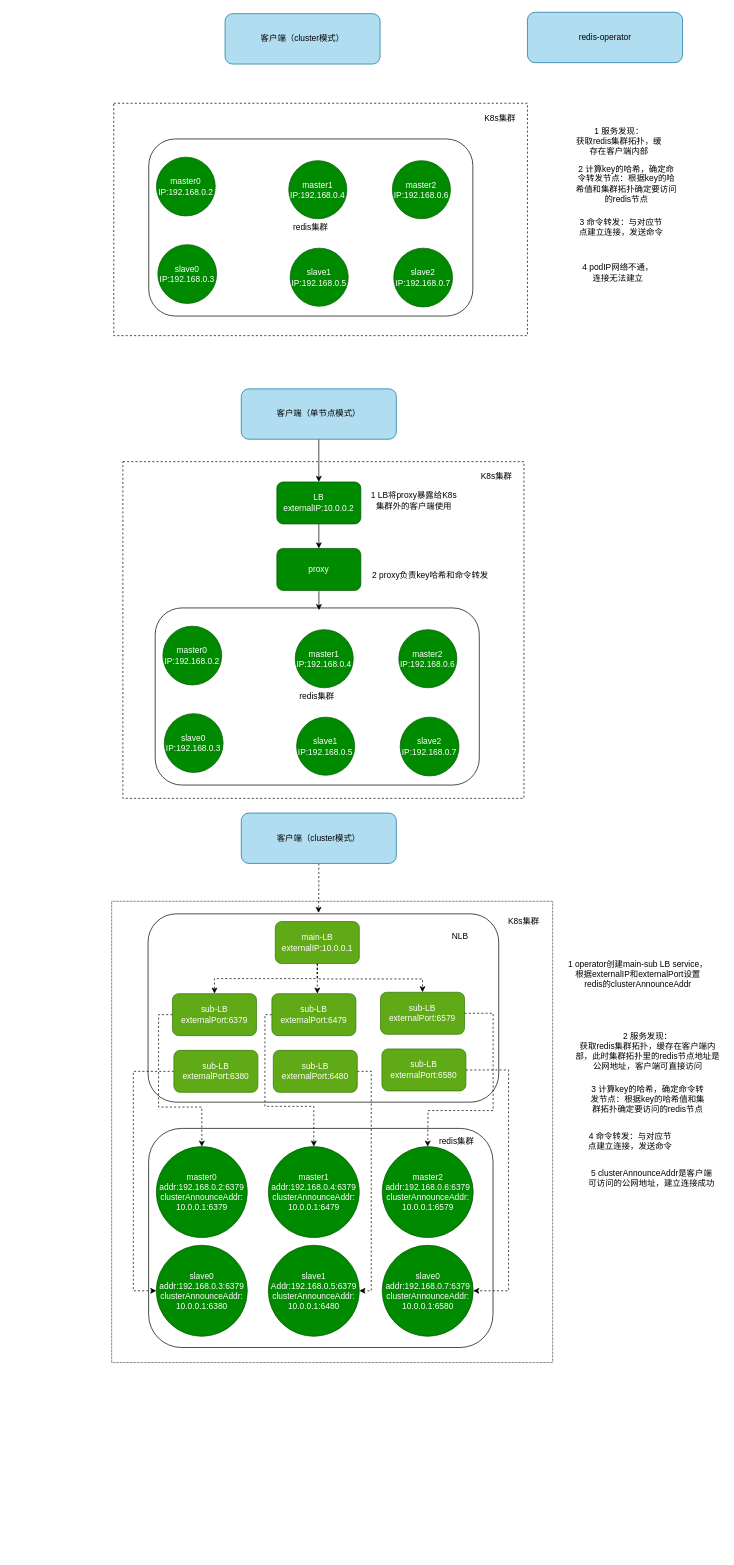
Earlier version of the draw.io diagram diagrams/redis代理和LB优化.drawio (fengyinqiao/cloudimg). Source tidied: cells renumbered, new cells numbered last; positions are measured from the earlier drawing's top-left corner, leaving out a move shared by most shapes. Both pictures are drawn from the tidied source at 70%, with x=0, y=0 at pixel (111, 12).
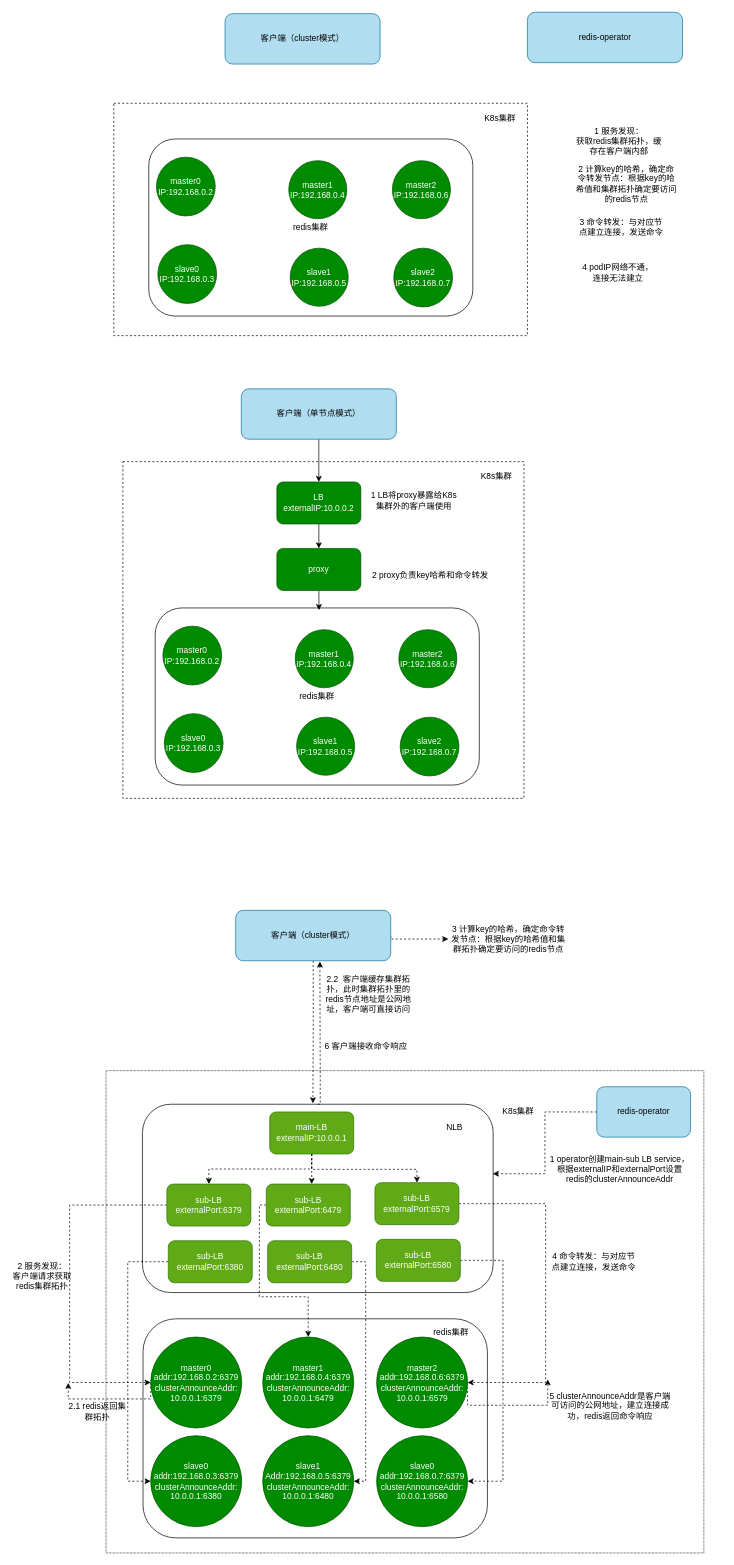
The same diagram, later.

Commit message (it also covers changes not shown here):
更新redis代理和LB优化.drawio

The edit, as a diff of the source:
```diff
@@
     <mxCell id="2" style="rounded=0;whiteSpace=wrap;html=1;fillColor=none;dashed=1;dashPattern=1 1;" parent="1" vertex="1">
-      <mxGeometry y="1270" width="630" height="659" as="geometry" />
+      <mxGeometry x="-8" y="1512" width="854" height="689" as="geometry" />
     </mxCell>
@@
+    <mxCell id="69" style="edgeStyle=orthogonalEdgeStyle;rounded=0;jettySize=auto;html=1;exitX=1;exitY=0.5;exitDx=0;exitDy=0;entryX=0;entryY=0.5;entryDx=0;entryDy=0;dashed=1;" parent="1" edge="1" source="36" target="47">
+      <mxGeometry relative="1" as="geometry">
+        <Array as="points">
+          <mxPoint x="399" y="1324" />
+        </Array>
+      </mxGeometry>
+    </mxCell>
     <mxCell id="36" value="客户端（cluster模式）" style="rounded=1;whiteSpace=wrap;html=1;fillColor=#b1ddf0;strokeColor=#10739e;" parent="1" vertex="1">
-      <mxGeometry x="185.2" y="1144" width="221.5" height="72" as="geometry" />
+      <mxGeometry x="177.2" y="1283" width="221.5" height="72" as="geometry" />
     </mxCell>
     <mxCell id="37" style="rounded=1;whiteSpace=wrap;html=1;" parent="1" vertex="1">
-      <mxGeometry x="52.8" y="1594.5" width="492" height="313" as="geometry" />
+      <mxGeometry x="44.8" y="1866.5" width="492" height="313" as="geometry" />
     </mxCell>
+    <mxCell id="70" style="edgeStyle=orthogonalEdgeStyle;rounded=0;jettySize=auto;html=1;exitX=0;exitY=0.5;exitDx=0;exitDy=0;dashed=1;" parent="1" edge="1" source="38">
+      <mxGeometry relative="1" as="geometry">
+        <mxPoint x="-62" y="1958" as="targetPoint" />
+        <Array as="points">
+          <mxPoint x="56" y="1981" />
+          <mxPoint x="-62" y="1981" />
+        </Array>
+      </mxGeometry>
+    </mxCell>
     <mxCell id="38" value="master0&lt;br&gt;addr:192.168.0.2:6379&lt;br&gt;clusterAnnounceAddr: 10.0.0.1:6379" style="ellipse;whiteSpace=wrap;html=1;fillColor=#008a00;fontColor=#ffffff;strokeColor=#005700;" parent="1" vertex="1">
-      <mxGeometry x="63.8" y="1620.5" width="130" height="130" as="geometry" />
+      <mxGeometry x="55.8" y="1892.5" width="130" height="130" as="geometry" />
     </mxCell>
     <mxCell id="39" value="K8s集群" style="text;html=1;strokeColor=none;fillColor=none;align=center;verticalAlign=middle;whiteSpace=wrap;rounded=0;dashed=1;" parent="1" vertex="1">
-      <mxGeometry x="559" y="1284" width="60" height="30" as="geometry" />
+      <mxGeometry x="551" y="1556" width="60" height="30" as="geometry" />
     </mxCell>
     <mxCell id="40" value="slave0&lt;br&gt;addr:192.168.0.3:6379&lt;br&gt;clusterAnnounceAddr: 10.0.0.1:6380" style="ellipse;whiteSpace=wrap;html=1;fillColor=#008a00;fontColor=#ffffff;strokeColor=#005700;" parent="1" vertex="1">
-      <mxGeometry x="63.8" y="1761.5" width="130" height="130" as="geometry" />
+      <mxGeometry x="55.8" y="2033.5" width="130" height="130" as="geometry" />
     </mxCell>
+    <mxCell id="71" style="edgeStyle=orthogonalEdgeStyle;rounded=0;jettySize=auto;html=1;exitX=1;exitY=0.5;exitDx=0;exitDy=0;dashed=1;" parent="1" edge="1" source="41">
+      <mxGeometry relative="1" as="geometry">
+        <mxPoint x="623" y="1953" as="targetPoint" />
+        <Array as="points">
+          <mxPoint x="509" y="1990" />
+          <mxPoint x="623" y="1990" />
+        </Array>
+      </mxGeometry>
+    </mxCell>
     <mxCell id="41" value="master2&lt;br&gt;addr:192.168.0.6:6379&lt;br&gt;clusterAnnounceAddr: 10.0.0.1:6579" style="ellipse;whiteSpace=wrap;html=1;fillColor=#008a00;fontColor=#ffffff;strokeColor=#005700;" parent="1" vertex="1">
-      <mxGeometry x="386.5" y="1620.5" width="130" height="130" as="geometry" />
+      <mxGeometry x="378.5" y="1892.5" width="130" height="130" as="geometry" />
     </mxCell>
     <mxCell id="42" value="slave0&lt;br&gt;addr:192.168.0.7:6379&lt;br&gt;clusterAnnounceAddr: 10.0.0.1:6580" style="ellipse;whiteSpace=wrap;html=1;fillColor=#008a00;fontColor=#ffffff;strokeColor=#005700;" parent="1" vertex="1">
-      <mxGeometry x="386.5" y="1761.5" width="130" height="130" as="geometry" />
+      <mxGeometry x="378.5" y="2033.5" width="130" height="130" as="geometry" />
     </mxCell>
     <mxCell id="43" value="master1&lt;br&gt;addr:192.168.0.4:6379&lt;br&gt;clusterAnnounceAddr: 10.0.0.1:6479" style="ellipse;whiteSpace=wrap;html=1;fillColor=#008a00;fontColor=#ffffff;strokeColor=#005700;" parent="1" vertex="1">
-      <mxGeometry x="223.8" y="1620.5" width="130" height="130" as="geometry" />
+      <mxGeometry x="215.8" y="1892.5" width="130" height="130" as="geometry" />
     </mxCell>
     <mxCell id="44" value="slave1&lt;br&gt;Addr:192.168.0.5:6379&lt;br&gt;clusterAnnounceAddr: 10.0.0.1:6480" style="ellipse;whiteSpace=wrap;html=1;fillColor=#008a00;fontColor=#ffffff;strokeColor=#005700;" parent="1" vertex="1">
-      <mxGeometry x="223.8" y="1761.5" width="130" height="130" as="geometry" />
+      <mxGeometry x="215.8" y="2033.5" width="130" height="130" as="geometry" />
     </mxCell>
     <mxCell id="45" value="redis集群" style="text;html=1;strokeColor=none;fillColor=none;align=center;verticalAlign=middle;whiteSpace=wrap;rounded=0;" parent="1" vertex="1">
-      <mxGeometry x="462.8" y="1598.5" width="60" height="30" as="geometry" />
+      <mxGeometry x="454.8" y="1870.5" width="60" height="30" as="geometry" />
     </mxCell>
     <mxCell id="46" value="1 operator创建main-sub LB service，根据externalIP和externalPort设置redis的clusterAnnounceAddr" style="text;html=1;strokeColor=none;fillColor=none;align=center;verticalAlign=middle;whiteSpace=wrap;rounded=0;" parent="1" vertex="1">
-      <mxGeometry x="650.5" y="1359" width="201.5" height="30" as="geometry" />
+      <mxGeometry x="625" y="1638" width="201.5" height="30" as="geometry" />
     </mxCell>
     <mxCell id="47" value="3 计算key的哈希，确定命令转发节点：根据key的哈希值和集群拓扑确定要访问的redis节点" style="text;html=1;strokeColor=none;fillColor=none;align=center;verticalAlign=middle;whiteSpace=wrap;rounded=0;" parent="1" vertex="1">
-      <mxGeometry x="680" y="1538" width="172" height="30" as="geometry" />
+      <mxGeometry x="481" y="1309" width="172" height="30" as="geometry" />
     </mxCell>
     <mxCell id="48" value="4 命令转发：与对应节点建立连接，发送命令" style="text;html=1;strokeColor=none;fillColor=none;align=center;verticalAlign=middle;whiteSpace=wrap;rounded=0;" parent="1" vertex="1">
-      <mxGeometry x="680" y="1598" width="122" height="30" as="geometry" />
+      <mxGeometry x="628" y="1770" width="122" height="30" as="geometry" />
     </mxCell>
-    <mxCell id="49" value="5 clusterAnnounceAddr是客户端可访问的公网地址，建立连接成功" style="text;html=1;strokeColor=none;fillColor=none;align=center;verticalAlign=middle;whiteSpace=wrap;rounded=0;" parent="1" vertex="1">
-      <mxGeometry x="680" y="1651" width="183" height="30" as="geometry" />
+    <mxCell id="49" value="5 clusterAnnounceAddr是客户端可访问的公网地址，建立连接成功，redis返回命令响应" style="text;html=1;strokeColor=none;fillColor=none;align=center;verticalAlign=middle;whiteSpace=wrap;rounded=0;" parent="1" vertex="1">
+      <mxGeometry x="621" y="1976" width="183" height="30" as="geometry" />
     </mxCell>
-    <mxCell id="50" value="2 服务发现：&lt;br&gt;获取redis集群拓扑，缓存在客户端内部，此时集群拓扑里的redis节点地址是公网地址，客户端可直接访问" style="text;html=1;strokeColor=none;fillColor=none;align=center;verticalAlign=middle;whiteSpace=wrap;rounded=0;" parent="1" vertex="1">
-      <mxGeometry x="661" y="1469" width="210" height="30" as="geometry" />
+    <mxCell id="50" value="2 服务发现：&lt;br&gt;客户端请求获取redis集群拓扑" style="text;html=1;strokeColor=none;fillColor=none;align=center;verticalAlign=middle;whiteSpace=wrap;rounded=0;" parent="1" vertex="1">
+      <mxGeometry x="-142" y="1786" width="86" height="40" as="geometry" />
     </mxCell>
@@
     <mxCell id="52" style="edgeStyle=orthogonalEdgeStyle;rounded=0;jettySize=auto;html=1;exitX=0.5;exitY=1;exitDx=0;exitDy=0;dashed=1;" parent="1" edge="1" source="54" target="58">
       <mxGeometry relative="1" as="geometry">
         <Array as="points">
-          <mxPoint x="294" y="1389" />
-          <mxPoint x="294" y="1389" />
+          <mxPoint x="286" y="1661" />
+          <mxPoint x="286" y="1661" />
         </Array>
       </mxGeometry>
     </mxCell>
     <mxCell id="53" style="edgeStyle=orthogonalEdgeStyle;rounded=0;jettySize=auto;html=1;exitX=0.5;exitY=1;exitDx=0;exitDy=0;entryX=0.5;entryY=0;entryDx=0;entryDy=0;dashed=1;" parent="1" edge="1" source="54" target="60">
       <mxGeometry relative="1" as="geometry">
         <Array as="points">
-          <mxPoint x="294" y="1381" />
-          <mxPoint x="444" y="1381" />
+          <mxPoint x="286" y="1653" />
+          <mxPoint x="436" y="1653" />
         </Array>
       </mxGeometry>
     </mxCell>
     <mxCell id="54" value="main-LB&lt;br&gt;externalIP:10.0.0.1" style="rounded=1;whiteSpace=wrap;html=1;fillColor=#60a917;strokeColor=#2D7600;fontColor=#ffffff;" parent="1" vertex="1">
-      <mxGeometry x="233.8" y="1299" width="120" height="60" as="geometry" />
+      <mxGeometry x="225.8" y="1571" width="120" height="60" as="geometry" />
     </mxCell>
-    <mxCell id="55" style="edgeStyle=orthogonalEdgeStyle;rounded=0;jettySize=auto;html=1;exitX=0;exitY=0.5;exitDx=0;exitDy=0;entryX=0.5;entryY=0;entryDx=0;entryDy=0;dashed=1;" parent="1" edge="1" source="56" target="38">
+    <mxCell id="55" style="edgeStyle=orthogonalEdgeStyle;rounded=0;jettySize=auto;html=1;exitX=0;exitY=0.5;exitDx=0;exitDy=0;entryX=0;entryY=0.5;entryDx=0;entryDy=0;dashed=1;" parent="1" edge="1" source="56" target="38">
       <mxGeometry relative="1" as="geometry">
         <Array as="points">
-          <mxPoint x="67" y="1432" />
-          <mxPoint x="67" y="1564" />
-          <mxPoint x="129" y="1564" />
+          <mxPoint x="-60" y="1704" />
+          <mxPoint x="-60" y="1958" />
         </Array>
       </mxGeometry>
     </mxCell>
     <mxCell id="56" value="sub-LB&lt;br&gt;externalPort:6379" style="rounded=1;whiteSpace=wrap;html=1;fillColor=#60a917;strokeColor=#2D7600;fontColor=#ffffff;" parent="1" vertex="1">
-      <mxGeometry x="86.9" y="1402" width="120" height="60" as="geometry" />
+      <mxGeometry x="78.9" y="1674" width="120" height="60" as="geometry" />
     </mxCell>
     <mxCell id="57" style="edgeStyle=orthogonalEdgeStyle;rounded=0;jettySize=auto;html=1;exitX=0;exitY=0.5;exitDx=0;exitDy=0;entryX=0.5;entryY=0;entryDx=0;entryDy=0;dashed=1;" parent="1" edge="1" source="58" target="43">
       <mxGeometry relative="1" as="geometry">
         <Array as="points">
-          <mxPoint x="219" y="1432" />
-          <mxPoint x="219" y="1563" />
-          <mxPoint x="289" y="1563" />
+          <mxPoint x="211" y="1704" />
+          <mxPoint x="211" y="1835" />
+          <mxPoint x="281" y="1835" />
         </Array>
       </mxGeometry>
     </mxCell>
     <mxCell id="58" value="sub-LB&lt;br&gt;externalPort:6479" style="rounded=1;whiteSpace=wrap;html=1;fillColor=#60a917;strokeColor=#2D7600;fontColor=#ffffff;" parent="1" vertex="1">
-      <mxGeometry x="228.9" y="1402" width="120" height="60" as="geometry" />
+      <mxGeometry x="220.9" y="1674" width="120" height="60" as="geometry" />
     </mxCell>
-    <mxCell id="59" style="edgeStyle=orthogonalEdgeStyle;rounded=0;jettySize=auto;html=1;exitX=1;exitY=0.5;exitDx=0;exitDy=0;dashed=1;" parent="1" edge="1" source="60" target="41">
+    <mxCell id="59" style="edgeStyle=orthogonalEdgeStyle;rounded=0;jettySize=auto;html=1;exitX=1;exitY=0.5;exitDx=0;exitDy=0;dashed=1;entryX=1;entryY=0.5;entryDx=0;entryDy=0;" parent="1" edge="1" source="60" target="41">
       <mxGeometry relative="1" as="geometry">
         <Array as="points">
-          <mxPoint x="545" y="1430" />
-          <mxPoint x="545" y="1569" />
-          <mxPoint x="452" y="1569" />
+          <mxPoint x="620" y="1702" />
+          <mxPoint x="620" y="1958" />
         </Array>
       </mxGeometry>
     </mxCell>
     <mxCell id="60" value="sub-LB&lt;br&gt;externalPort:6579" style="rounded=1;whiteSpace=wrap;html=1;fillColor=#60a917;strokeColor=#2D7600;fontColor=#ffffff;" parent="1" vertex="1">
-      <mxGeometry x="384.1" y="1400" width="120" height="60" as="geometry" />
+      <mxGeometry x="376.1" y="1672" width="120" height="60" as="geometry" />
     </mxCell>
     <mxCell id="61" style="edgeStyle=orthogonalEdgeStyle;rounded=0;jettySize=auto;html=1;exitX=0;exitY=0.5;exitDx=0;exitDy=0;entryX=0;entryY=0.5;entryDx=0;entryDy=0;dashed=1;" parent="1" edge="1" source="62" target="40">
       <mxGeometry relative="1" as="geometry">
         <Array as="points">
-          <mxPoint x="31" y="1513" />
-          <mxPoint x="31" y="1827" />
+          <mxPoint x="23" y="1785" />
+          <mxPoint x="23" y="2099" />
         </Array>
       </mxGeometry>
     </mxCell>
     <mxCell id="62" value="sub-LB&lt;br&gt;externalPort:6380" style="rounded=1;whiteSpace=wrap;html=1;fillColor=#60a917;strokeColor=#2D7600;fontColor=#ffffff;" parent="1" vertex="1">
-      <mxGeometry x="88.9" y="1483" width="120" height="60" as="geometry" />
+      <mxGeometry x="80.9" y="1755" width="120" height="60" as="geometry" />
     </mxCell>
@@
     <mxCell id="64" value="sub-LB&lt;br&gt;externalPort:6480" style="rounded=1;whiteSpace=wrap;html=1;fillColor=#60a917;strokeColor=#2D7600;fontColor=#ffffff;" parent="1" vertex="1">
-      <mxGeometry x="230.9" y="1483" width="120" height="60" as="geometry" />
+      <mxGeometry x="222.9" y="1755" width="120" height="60" as="geometry" />
     </mxCell>
     <mxCell id="65" style="edgeStyle=orthogonalEdgeStyle;rounded=0;jettySize=auto;html=1;exitX=1;exitY=0.5;exitDx=0;exitDy=0;entryX=1;entryY=0.5;entryDx=0;entryDy=0;dashed=1;" parent="1" edge="1" source="66" target="42">
       <mxGeometry relative="1" as="geometry">
         <Array as="points">
-          <mxPoint x="567" y="1511" />
-          <mxPoint x="567" y="1827" />
+          <mxPoint x="559" y="1783" />
+          <mxPoint x="559" y="2099" />
         </Array>
       </mxGeometry>
     </mxCell>
     <mxCell id="66" value="sub-LB&lt;br&gt;externalPort:6580" style="rounded=1;whiteSpace=wrap;html=1;fillColor=#60a917;strokeColor=#2D7600;fontColor=#ffffff;" parent="1" vertex="1">
-      <mxGeometry x="386.1" y="1481" width="120" height="60" as="geometry" />
+      <mxGeometry x="378.1" y="1753" width="120" height="60" as="geometry" />
     </mxCell>
+    <mxCell id="72" style="edgeStyle=orthogonalEdgeStyle;rounded=0;jettySize=auto;html=1;exitX=0.5;exitY=0;exitDx=0;exitDy=0;entryX=0.543;entryY=1.016;entryDx=0;entryDy=0;entryPerimeter=0;dashed=1;" parent="1" edge="1" source="67" target="36">
+      <mxGeometry relative="1" as="geometry">
+        <Array as="points">
+          <mxPoint x="298" y="1560" />
+          <mxPoint x="298" y="1524" />
+        </Array>
+      </mxGeometry>
+    </mxCell>
     <mxCell id="67" style="rounded=1;whiteSpace=wrap;html=1;fillColor=none;" parent="1" vertex="1">
-      <mxGeometry x="52" y="1288" width="501" height="269" as="geometry" />
+      <mxGeometry x="44" y="1560" width="501" height="269" as="geometry" />
     </mxCell>
     <mxCell id="68" value="NLB" style="text;html=1;strokeColor=none;fillColor=none;align=center;verticalAlign=middle;whiteSpace=wrap;rounded=0;" parent="1" vertex="1">
-      <mxGeometry x="468" y="1306" width="60" height="30" as="geometry" />
+      <mxGeometry x="460" y="1578" width="60" height="30" as="geometry" />
     </mxCell>
+    <mxCell id="73" style="edgeStyle=orthogonalEdgeStyle;rounded=0;jettySize=auto;html=1;exitX=0;exitY=0.5;exitDx=0;exitDy=0;entryX=0.999;entryY=0.369;entryDx=0;entryDy=0;entryPerimeter=0;dashed=1;" parent="1" edge="1" source="74" target="67">
+      <mxGeometry relative="1" as="geometry" />
+    </mxCell>
+    <mxCell id="74" value="redis-operator" style="rounded=1;whiteSpace=wrap;html=1;fillColor=#b1ddf0;strokeColor=#10739e;" parent="1" vertex="1">
+      <mxGeometry x="693" y="1535" width="134" height="72" as="geometry" />
+    </mxCell>
+    <mxCell id="75" value="2.1 redis返回集群拓扑" style="text;html=1;strokeColor=none;fillColor=none;align=center;verticalAlign=middle;whiteSpace=wrap;rounded=0;" parent="1" vertex="1">
+      <mxGeometry x="-68" y="1992" width="96" height="14" as="geometry" />
+    </mxCell>
+    <mxCell id="76" value="2.2&amp;nbsp; 客户端缓存集群拓扑，此时集群拓扑里的redis节点地址是公网地址，客户端可直接访问" style="text;html=1;strokeColor=none;fillColor=none;align=center;verticalAlign=middle;whiteSpace=wrap;rounded=0;" parent="1" vertex="1">
+      <mxGeometry x="300" y="1391" width="134" height="24" as="geometry" />
+    </mxCell>
+    <mxCell id="77" value="6 客户端接收命令响应" style="text;html=1;strokeColor=none;fillColor=none;align=center;verticalAlign=middle;whiteSpace=wrap;rounded=0;" parent="1" vertex="1">
+      <mxGeometry x="271.8" y="1463" width="183" height="30" as="geometry" />
+    </mxCell>
```
